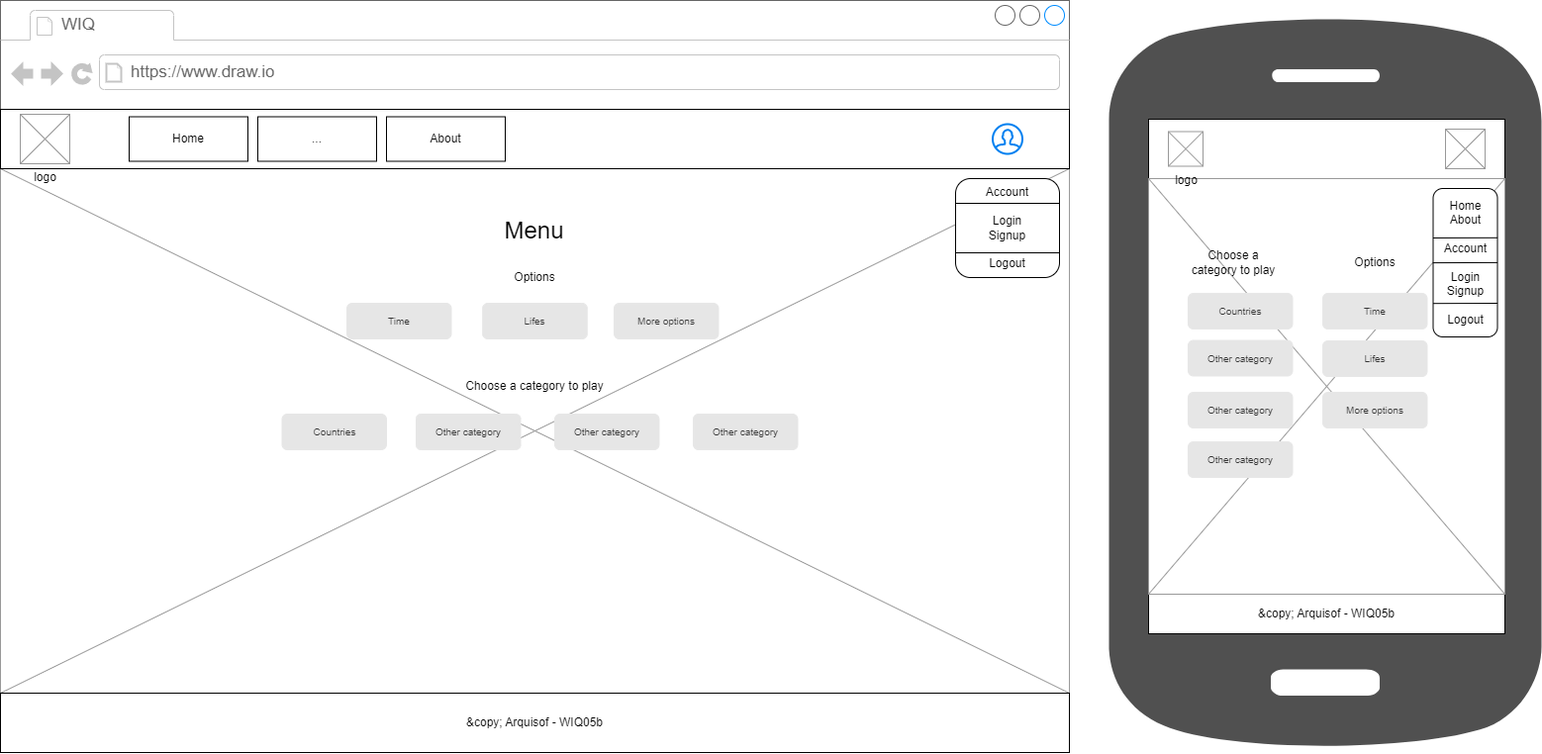
This is docs/prototypes/game_menu_view.drawio.png from Arquisoft/wiq_es05b, a draw.io export, as it was before one commit. Source tidied: cells renumbered, new cells last; positions are measured from the earlier drawing's top-left corner, leaving out a move shared by most shapes.
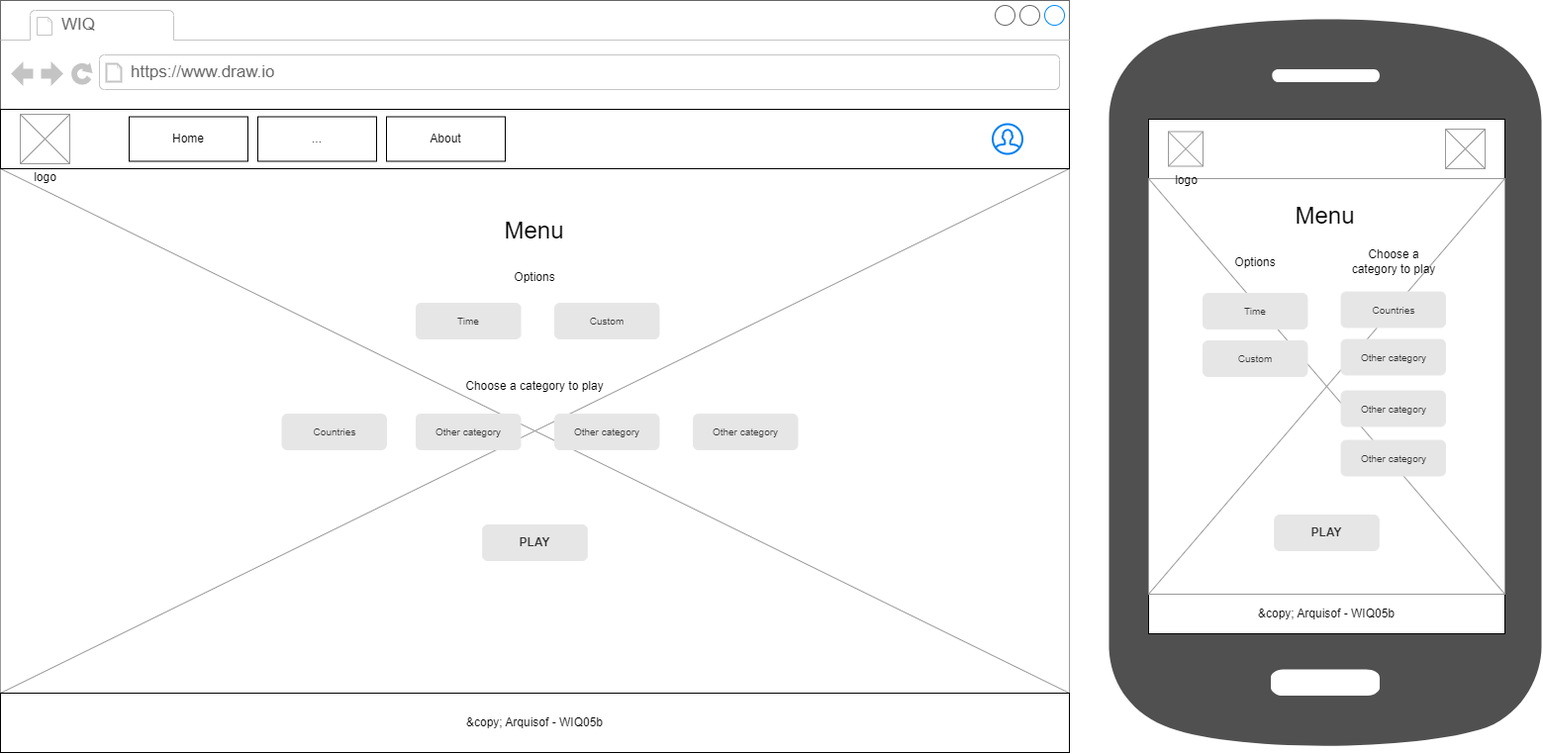
The same file after the commit.

Commit message:
Updated game menu prototype

The edit, as a diff of the source:
```diff
@@ -32,15 +32,6 @@
     <mxCell id="11" value="..." style="rounded=0;whiteSpace=wrap;html=1;" parent="2" vertex="1">
       <mxGeometry x="260" y="117.5" width="120" height="45" as="geometry" />
     </mxCell>
-    <mxCell id="12" value="Account&lt;br&gt;&lt;br&gt;Login&lt;br&gt;Signup&lt;br&gt;&lt;br&gt;Logout" style="rounded=1;whiteSpace=wrap;html=1;" parent="2" vertex="1">
-      <mxGeometry x="965" y="180" width="105" height="100" as="geometry" />
-    </mxCell>
-    <mxCell id="13" style="endArrow=none;html=1;exitX=0;exitY=0.25;exitDx=0;exitDy=0;entryX=1;entryY=0.25;entryDx=0;entryDy=0;" parent="2" edge="1" source="12" target="12">
-      <mxGeometry relative="1" as="geometry" />
-    </mxCell>
-    <mxCell id="14" style="edgeStyle=none;html=1;exitX=1;exitY=0.75;exitDx=0;exitDy=0;entryX=0;entryY=0.75;entryDx=0;entryDy=0;endArrow=none;endFill=0;" parent="2" edge="1" source="12" target="12">
-      <mxGeometry relative="1" as="geometry" />
-    </mxCell>
     <mxCell id="15" value="&amp;amp;copy; Arquisof - WIQ05b" style="rounded=0;whiteSpace=wrap;html=1;" parent="2" vertex="1">
       <mxGeometry y="700" width="1080" height="60" as="geometry" />
     </mxCell>
@@ -72,14 +63,14 @@
       </mxCell>
     </object>
     <mxCell id="23" value="Time" style="rounded=1;html=1;shadow=0;dashed=0;whiteSpace=wrap;fontSize=10;fillColor=#E6E6E6;align=center;strokeColor=#E6E6E6;fontColor=#333333;" parent="2" vertex="1">
-      <mxGeometry x="350" y="306" width="105.5" height="36" as="geometry" />
+      <mxGeometry x="420" y="306" width="105.5" height="36" as="geometry" />
     </mxCell>
-    <mxCell id="24" value="Lifes" style="rounded=1;html=1;shadow=0;dashed=0;whiteSpace=wrap;fontSize=10;fillColor=#E6E6E6;align=center;strokeColor=#E6E6E6;fontColor=#333333;" parent="2" vertex="1">
-      <mxGeometry x="487.2" y="306" width="105.5" height="36" as="geometry" />
-    </mxCell>
-    <mxCell id="25" value="More options" style="rounded=1;html=1;shadow=0;dashed=0;whiteSpace=wrap;fontSize=10;fillColor=#E6E6E6;align=center;strokeColor=#E6E6E6;fontColor=#333333;" parent="2" vertex="1">
-      <mxGeometry x="620" y="306" width="105.5" height="36" as="geometry" />
+    <mxCell id="25" value="Custom" style="rounded=1;html=1;shadow=0;dashed=0;whiteSpace=wrap;fontSize=10;fillColor=#E6E6E6;align=center;strokeColor=#E6E6E6;fontColor=#333333;" parent="2" vertex="1">
+      <mxGeometry x="560" y="306" width="105.5" height="36" as="geometry" />
     </mxCell>
+    <mxCell id="45" value="&lt;font style=&quot;font-size: 12px;&quot;&gt;&lt;b&gt;PLAY&lt;/b&gt;&lt;/font&gt;" style="rounded=1;html=1;shadow=0;dashed=0;whiteSpace=wrap;fontSize=10;fillColor=#E6E6E6;align=center;strokeColor=#E6E6E6;fontColor=#333333;" parent="2" vertex="1">
+      <mxGeometry x="487.2" y="530" width="105.5" height="36" as="geometry" />
+    </mxCell>
     <mxCell id="26" style="sketch=0;shadow=0;dashed=0;html=1;strokeColor=none;fillColor=#505050;labelPosition=center;verticalLabelPosition=bottom;verticalAlign=top;align=center;shape=mxgraph.office.devices.cell_phone_android_standalone;" parent="1" vertex="1">
       <mxGeometry x="1120" y="10" width="437" height="750" as="geometry" />
     </mxCell>
@@ -98,56 +89,41 @@
     <mxCell id="31" value="logo" style="verticalLabelPosition=bottom;shadow=0;dashed=0;align=center;html=1;verticalAlign=top;strokeWidth=1;shape=mxgraph.mockup.graphics.simpleIcon;strokeColor=#999999;" parent="1" vertex="1">
       <mxGeometry x="1180" y="132.5" width="35" height="35" as="geometry" />
     </mxCell>
-    <object id="32" label="Choose a category to play" name="Variable" placeholders="1">
-      <mxCell style="text;html=1;strokeColor=none;fillColor=none;align=center;verticalAlign=middle;whiteSpace=wrap;overflow=hidden;" parent="1" vertex="1">
-        <mxGeometry x="1200" y="245" width="91.5" height="40" as="geometry" />
-      </mxCell>
-    </object>
-    <mxCell id="33" value="Countries" style="rounded=1;html=1;shadow=0;dashed=0;whiteSpace=wrap;fontSize=10;fillColor=#E6E6E6;align=center;strokeColor=#E6E6E6;fontColor=#333333;" parent="1" vertex="1">
-      <mxGeometry x="1200" y="296" width="105.5" height="36" as="geometry" />
-    </mxCell>
-    <mxCell id="34" value="Other category" style="rounded=1;html=1;shadow=0;dashed=0;whiteSpace=wrap;fontSize=10;fillColor=#E6E6E6;align=center;strokeColor=#E6E6E6;fontColor=#333333;" parent="1" vertex="1">
-      <mxGeometry x="1200" y="343.5" width="105.5" height="36" as="geometry" />
-    </mxCell>
-    <mxCell id="35" value="Home&lt;br&gt;About&lt;br&gt;&lt;br&gt;Account&lt;br&gt;&lt;br&gt;Login&lt;br&gt;Signup&lt;br&gt;&lt;br&gt;Logout" style="rounded=1;whiteSpace=wrap;html=1;" parent="1" vertex="1">
-      <mxGeometry x="1447.5" y="190" width="65" height="150" as="geometry" />
-    </mxCell>
-    <mxCell id="36" style="edgeStyle=none;jettySize=auto;html=1;endArrow=none;endFill=0;entryX=1.001;entryY=0.332;entryDx=0;entryDy=0;entryPerimeter=0;" parent="1" edge="1" target="35">
-      <mxGeometry relative="1" as="geometry">
-        <mxPoint x="1447.5" y="240" as="sourcePoint" />
-      </mxGeometry>
-    </mxCell>
-    <mxCell id="37" style="edgeStyle=none;orthogonalLoop=1;jettySize=auto;html=1;endArrow=none;endFill=0;entryX=1.001;entryY=0.332;entryDx=0;entryDy=0;entryPerimeter=0;" parent="1" edge="1">
-      <mxGeometry relative="1" as="geometry">
-        <mxPoint x="1447.4" y="265.1" as="sourcePoint" />
-        <mxPoint x="1512.5" y="264.9" as="targetPoint" />
-      </mxGeometry>
-    </mxCell>
-    <mxCell id="38" style="edgeStyle=none;orthogonalLoop=1;jettySize=auto;html=1;endArrow=none;endFill=0;entryX=1.001;entryY=0.332;entryDx=0;entryDy=0;entryPerimeter=0;" parent="1" edge="1">
-      <mxGeometry relative="1" as="geometry">
-        <mxPoint x="1447.5" y="306.2" as="sourcePoint" />
-        <mxPoint x="1512.6" y="306" as="targetPoint" />
-      </mxGeometry>
-    </mxCell>
-    <mxCell id="39" value="Other category" style="rounded=1;html=1;shadow=0;dashed=0;whiteSpace=wrap;fontSize=10;fillColor=#E6E6E6;align=center;strokeColor=#E6E6E6;fontColor=#333333;" parent="1" vertex="1">
-      <mxGeometry x="1200" y="396" width="105.5" height="36" as="geometry" />
-    </mxCell>
-    <mxCell id="40" value="Other category" style="rounded=1;html=1;shadow=0;dashed=0;whiteSpace=wrap;fontSize=10;fillColor=#E6E6E6;align=center;strokeColor=#E6E6E6;fontColor=#333333;" parent="1" vertex="1">
-      <mxGeometry x="1200" y="446" width="105.5" height="36" as="geometry" />
-    </mxCell>
     <object id="41" label="Options" name="Variable" placeholders="1">
       <mxCell style="text;html=1;strokeColor=none;fillColor=none;align=center;verticalAlign=middle;whiteSpace=wrap;overflow=hidden;" parent="1" vertex="1">
-        <mxGeometry x="1340" y="255" width="97.5" height="20" as="geometry" />
+        <mxGeometry x="1219" y="255" width="97.5" height="20" as="geometry" />
       </mxCell>
     </object>
     <mxCell id="42" value="Time" style="rounded=1;html=1;shadow=0;dashed=0;whiteSpace=wrap;fontSize=10;fillColor=#E6E6E6;align=center;strokeColor=#E6E6E6;fontColor=#333333;" parent="1" vertex="1">
-      <mxGeometry x="1336" y="296" width="105.5" height="36" as="geometry" />
+      <mxGeometry x="1215" y="296" width="105.5" height="36" as="geometry" />
     </mxCell>
-    <mxCell id="43" value="Lifes" style="rounded=1;html=1;shadow=0;dashed=0;whiteSpace=wrap;fontSize=10;fillColor=#E6E6E6;align=center;strokeColor=#E6E6E6;fontColor=#333333;" parent="1" vertex="1">
-      <mxGeometry x="1336" y="344" width="105.5" height="36" as="geometry" />
+    <mxCell id="43" value="Custom" style="rounded=1;html=1;shadow=0;dashed=0;whiteSpace=wrap;fontSize=10;fillColor=#E6E6E6;align=center;strokeColor=#E6E6E6;fontColor=#333333;" parent="1" vertex="1">
+      <mxGeometry x="1215" y="344" width="105.5" height="36" as="geometry" />
     </mxCell>
-    <mxCell id="44" value="More options" style="rounded=1;html=1;shadow=0;dashed=0;whiteSpace=wrap;fontSize=10;fillColor=#E6E6E6;align=center;strokeColor=#E6E6E6;fontColor=#333333;" parent="1" vertex="1">
-      <mxGeometry x="1336" y="396" width="105.5" height="36" as="geometry" />
-    </mxCell>
+    <mxCell id="46" value="&lt;font style=&quot;font-size: 12px;&quot;&gt;&lt;b&gt;PLAY&lt;/b&gt;&lt;/font&gt;" style="rounded=1;html=1;shadow=0;dashed=0;whiteSpace=wrap;fontSize=10;fillColor=#E6E6E6;align=center;strokeColor=#E6E6E6;fontColor=#333333;" parent="1" vertex="1">
+      <mxGeometry x="1287.2" y="520" width="105.5" height="36" as="geometry" />
+    </mxCell>
+    <object id="47" label="&lt;font style=&quot;font-size: 24px;&quot;&gt;Menu&lt;/font&gt;" name="Variable" placeholders="1">
+      <mxCell style="text;html=1;strokeColor=none;fillColor=none;align=center;verticalAlign=middle;whiteSpace=wrap;overflow=hidden;" parent="1" vertex="1">
+        <mxGeometry x="1244.9" y="181" width="187.2" height="74" as="geometry" />
+      </mxCell>
+    </object>
+    <object id="32" label="Choose a category to play" name="Variable" placeholders="1">
+      <mxCell style="text;html=1;strokeColor=none;fillColor=none;align=center;verticalAlign=middle;whiteSpace=wrap;overflow=hidden;" parent="1" vertex="1">
+        <mxGeometry x="1361.5" y="243.5" width="91.5" height="40" as="geometry" />
+      </mxCell>
+    </object>
+    <mxCell id="33" value="Countries" style="rounded=1;html=1;shadow=0;dashed=0;whiteSpace=wrap;fontSize=10;fillColor=#E6E6E6;align=center;strokeColor=#E6E6E6;fontColor=#333333;" parent="1" vertex="1">
+      <mxGeometry x="1354.5" y="294.5" width="105.5" height="36" as="geometry" />
+    </mxCell>
+    <mxCell id="48" value="Other category" style="rounded=1;html=1;shadow=0;dashed=0;whiteSpace=wrap;fontSize=10;fillColor=#E6E6E6;align=center;strokeColor=#E6E6E6;fontColor=#333333;" parent="1" vertex="1">
+      <mxGeometry x="1354.5" y="342.5" width="105.5" height="36" as="geometry" />
+    </mxCell>
+    <mxCell id="49" value="Other category" style="rounded=1;html=1;shadow=0;dashed=0;whiteSpace=wrap;fontSize=10;fillColor=#E6E6E6;align=center;strokeColor=#E6E6E6;fontColor=#333333;" parent="1" vertex="1">
+      <mxGeometry x="1354.5" y="444.5" width="105.5" height="36" as="geometry" />
+    </mxCell>
+    <mxCell id="50" value="Other category" style="rounded=1;html=1;shadow=0;dashed=0;whiteSpace=wrap;fontSize=10;fillColor=#E6E6E6;align=center;strokeColor=#E6E6E6;fontColor=#333333;" parent="1" vertex="1">
+      <mxGeometry x="1354.5" y="394.5" width="105.5" height="36" as="geometry" />
+    </mxCell>
   </root>
 </mxGraphModel>
```
